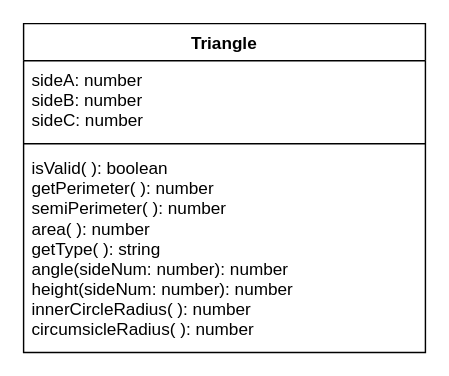
Aidan-Lalonde-Novales/ics4u-assignment3-typescript keeps this draw.io diagram as drawio/classDiagram.drawio. Above is the earlier version. Source tidied: cells renumbered, new cells numbered last; positions are measured from the earlier drawing's top-left corner, leaving out a move shared by most shapes. Both pictures are drawn from the tidied source at 143%, with x=0, y=0 at pixel (23, 23).
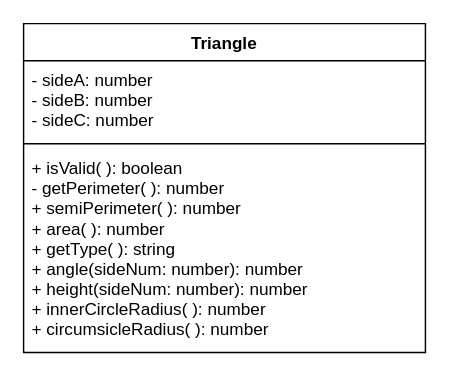
The same diagram, later.

Commit message (it also covers changes not shown here):
adeed + and - to class diagrams

What changed in the source:
```diff
@@
 <mxGraphModel>
   <root>
     <mxCell id="0" />
     <mxCell id="1" parent="0" />
     <mxCell id="2" value="Triangle" style="swimlane;fontStyle=1;align=center;verticalAlign=top;horizontal=1;startSize=26;" parent="1" vertex="1">
       <mxGeometry width="281" height="230" as="geometry" />
     </mxCell>
-    <mxCell id="3" value="sideA: number&#10;sideB: number&#10;sideC: number" style="text;strokeColor=none;fillColor=none;align=left;verticalAlign=top;spacingLeft=4;spacingRight=4;overflow=hidden;" parent="2" vertex="1">
+    <mxCell id="3" value="- sideA: number&#10;- sideB: number&#10;- sideC: number" style="text;strokeColor=none;fillColor=none;align=left;verticalAlign=top;spacingLeft=4;spacingRight=4;overflow=hidden;" parent="2" vertex="1">
       <mxGeometry y="26" width="281" height="54" as="geometry" />
     </mxCell>
     <mxCell id="4" style="line;strokeWidth=1;fillColor=none;align=left;verticalAlign=middle;spacingTop=-1;spacingLeft=3;spacingRight=3;labelPosition=right;" parent="2" vertex="1">
       <mxGeometry y="80" width="281" height="8" as="geometry" />
     </mxCell>
-    <mxCell id="5" value="isValid( ): boolean&#10;getPerimeter( ): number&#10;semiPerimeter( ): number&#10;area( ): number&#10;getType( ): string&#10;angle(sideNum: number): number&#10;height(sideNum: number): number&#10;innerCircleRadius( ): number&#10;circumsicleRadius( ): number" style="text;strokeColor=none;fillColor=none;align=left;verticalAlign=top;spacingLeft=4;spacingRight=4;overflow=hidden;" parent="2" vertex="1">
+    <mxCell id="5" value="+ isValid( ): boolean&#10;- getPerimeter( ): number&#10;+ semiPerimeter( ): number&#10;+ area( ): number&#10;+ getType( ): string&#10;+ angle(sideNum: number): number&#10;+ height(sideNum: number): number&#10;+ innerCircleRadius( ): number&#10;+ circumsicleRadius( ): number" style="text;strokeColor=none;fillColor=none;align=left;verticalAlign=top;spacingLeft=4;spacingRight=4;overflow=hidden;" parent="2" vertex="1">
       <mxGeometry y="88" width="281" height="142" as="geometry" />
     </mxCell>
   </root>
 </mxGraphModel>
```
